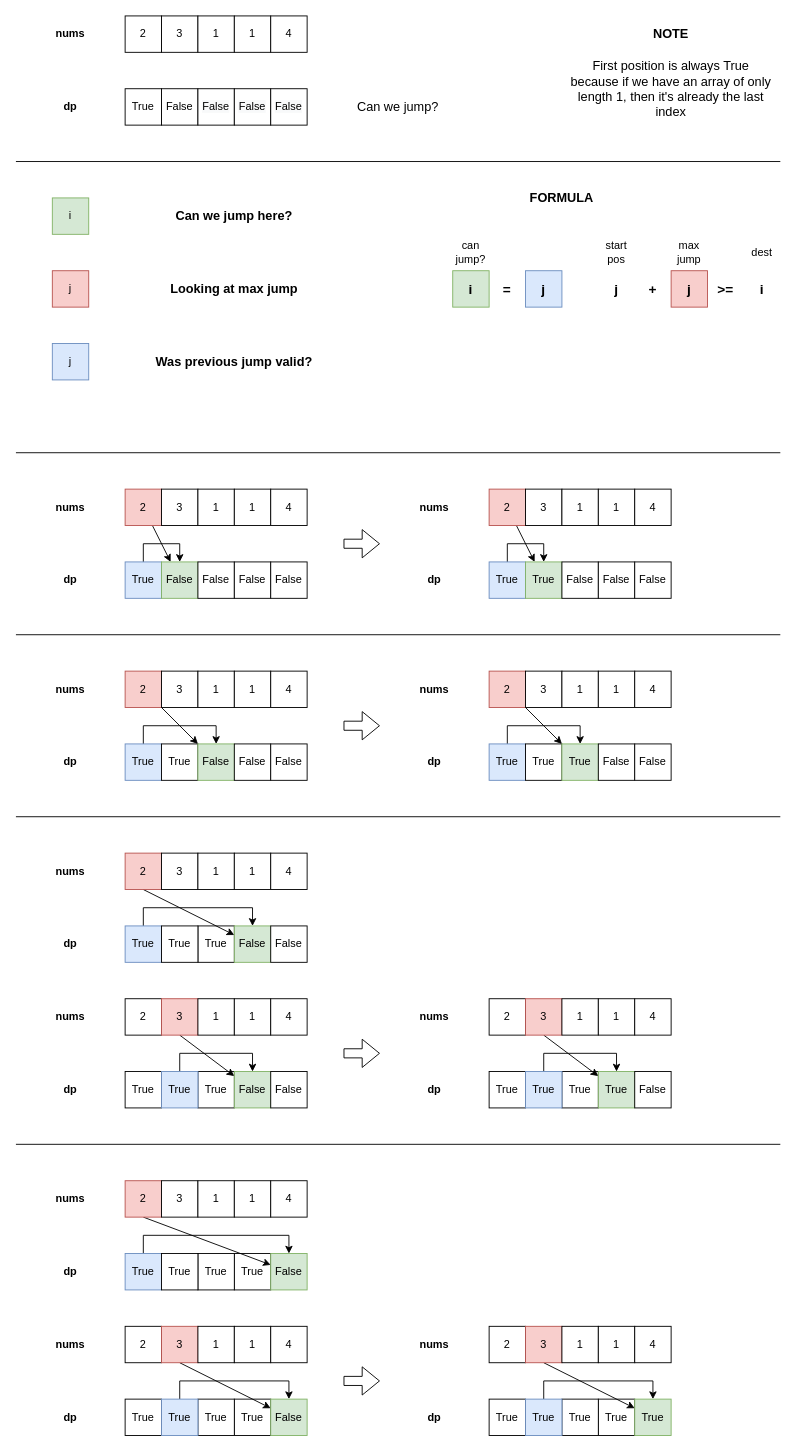
The draw.io diagram 0055-jump-game.drawio in moredrowsy/leetcode, before the edit. Source tidied: cells renumbered, new cells numbered last; positions are measured from the earlier drawing's top-left corner, leaving out a move shared by most shapes. Both pictures are drawn from the tidied source at 91%, with x=0, y=0 at pixel (15, 15).
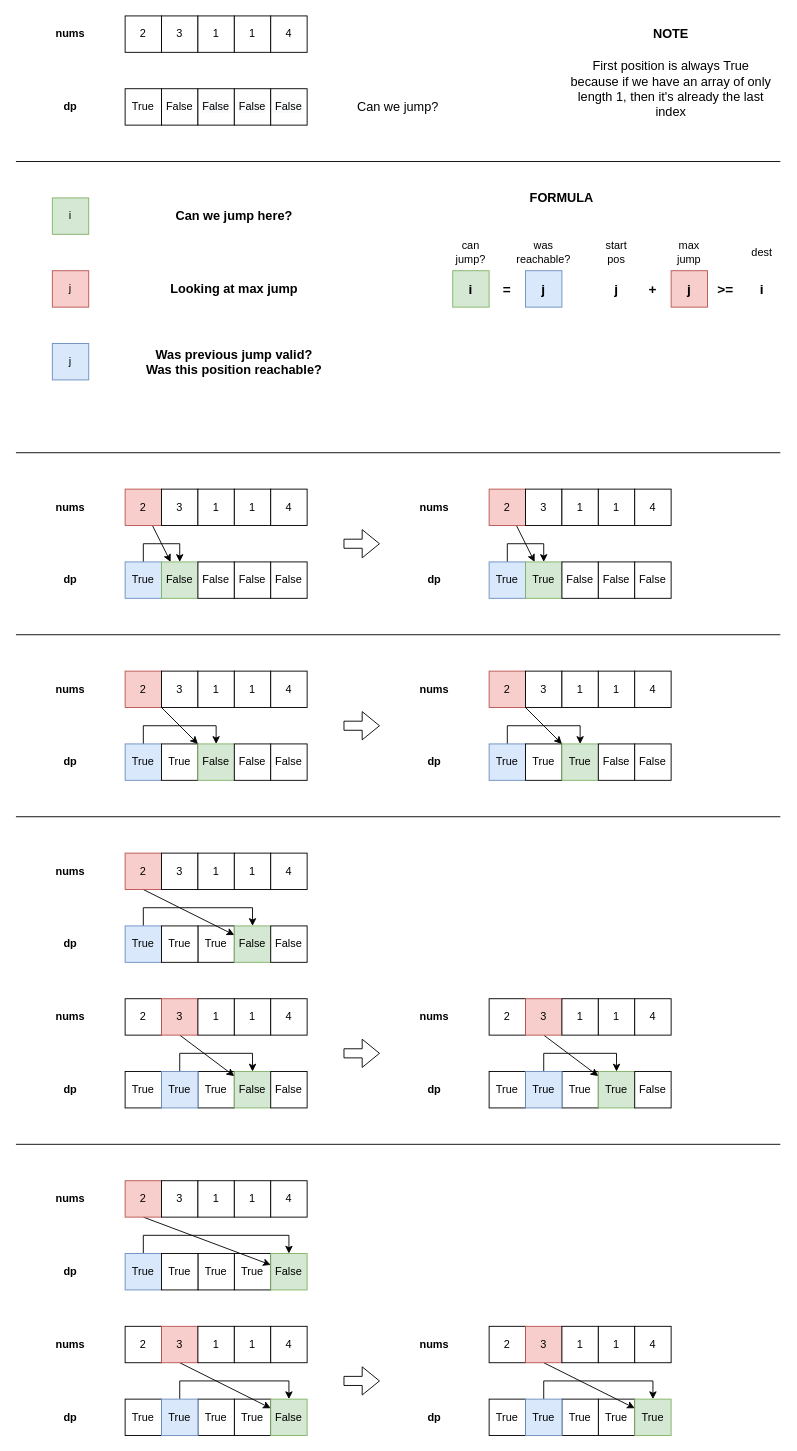
Above is the later version.

Change to the diagram source:
```diff
@@
-    <mxCell id="82" value="Was previous jump valid?" style="text;html=1;strokeColor=none;fillColor=none;align=center;verticalAlign=middle;whiteSpace=wrap;rounded=0;fontSize=14;fontStyle=1;" parent="1" vertex="1">
+    <mxCell id="82" value="Was previous jump valid?&lt;br&gt;Was this position reachable?" style="text;html=1;strokeColor=none;fillColor=none;align=center;verticalAlign=middle;whiteSpace=wrap;rounded=0;fontSize=14;fontStyle=1;" parent="1" vertex="1">
       <mxGeometry x="120" y="360" width="240" height="40" as="geometry" />
     </mxCell>
@@
+    <mxCell id="185" value="was&lt;br&gt;reachable?" style="text;html=1;strokeColor=none;fillColor=none;align=center;verticalAlign=middle;whiteSpace=wrap;rounded=0;fontStyle=0;" parent="1" vertex="1">
+      <mxGeometry x="560" y="240" width="40" height="40" as="geometry" />
+    </mxCell>
```
